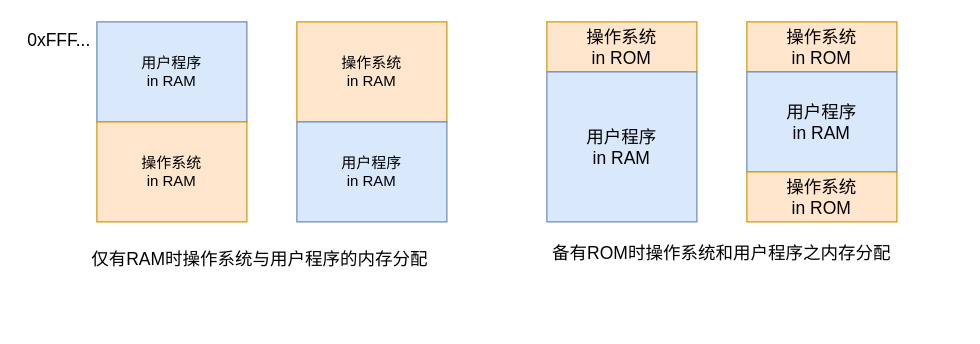
This is Draw.io/OperatingSystem.drawio from DepInjoy/geektime, a draw.io file, before an edit. Source tidied: cells renumbered, new cells numbered last; positions are measured from the earlier drawing's top-left corner, leaving out a move shared by most shapes. Both pictures are drawn from the tidied source at 125%, with x=0, y=0 at pixel (21, 21).
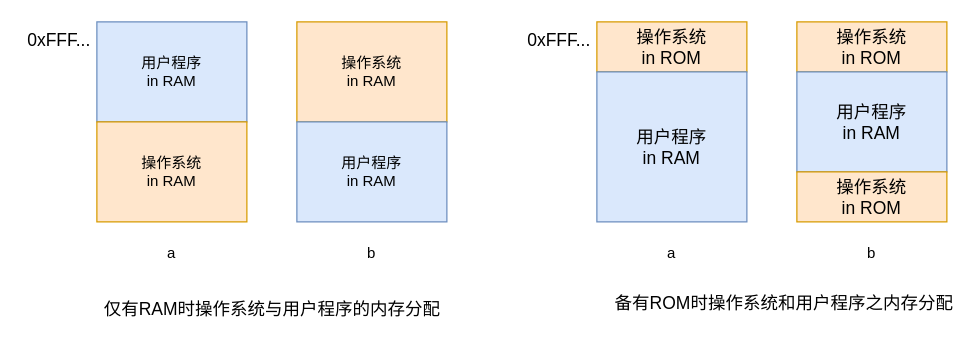
The same diagram, later.

Commit message:
更新内存管理

Change to the diagram source:
```diff
@@
 <mxGraphModel>
   <root>
     <mxCell id="0" />
     <mxCell id="1" parent="0" />
     <mxCell id="2" value="用户程序&lt;br&gt;in RAM" style="rounded=0;whiteSpace=wrap;html=1;fillColor=#dae8fc;strokeColor=#6c8ebf;" parent="1" vertex="1">
       <mxGeometry x="60" width="120" height="80" as="geometry" />
     </mxCell>
     <mxCell id="3" value="&lt;span style=&quot;&quot;&gt;操作系统&lt;/span&gt;&lt;br style=&quot;&quot;&gt;&lt;span style=&quot;&quot;&gt;in RAM&lt;/span&gt;" style="rounded=0;whiteSpace=wrap;html=1;fillColor=#ffe6cc;strokeColor=#d79b00;" parent="1" vertex="1">
       <mxGeometry x="60" y="80" width="120" height="80" as="geometry" />
     </mxCell>
     <mxCell id="4" value="操作系统&lt;br&gt;in RAM" style="rounded=0;whiteSpace=wrap;html=1;fillColor=#ffe6cc;strokeColor=#d79b00;" parent="1" vertex="1">
       <mxGeometry x="220" width="120" height="80" as="geometry" />
     </mxCell>
     <mxCell id="5" value="&lt;span style=&quot;&quot;&gt;用户程序&lt;/span&gt;&lt;br style=&quot;&quot;&gt;&lt;span style=&quot;&quot;&gt;in RAM&lt;/span&gt;" style="rounded=0;whiteSpace=wrap;html=1;fillColor=#dae8fc;strokeColor=#6c8ebf;" parent="1" vertex="1">
       <mxGeometry x="220" y="80" width="120" height="80" as="geometry" />
     </mxCell>
     <mxCell id="6" value="&lt;font style=&quot;font-size: 14px;&quot;&gt;仅有RAM时操作系统与用户程序的内存分配&lt;/font&gt;" style="text;html=1;align=center;verticalAlign=middle;strokeColor=none;fillColor=none;" parent="1" vertex="1">
-      <mxGeometry x="50" y="180" width="280" height="20" as="geometry" />
+      <mxGeometry x="60" y="220" width="280" height="20" as="geometry" />
     </mxCell>
     <mxCell id="7" value="0xFFF..." style="text;html=1;strokeColor=none;fillColor=none;align=center;verticalAlign=middle;whiteSpace=wrap;rounded=0;fontSize=14;" parent="1" vertex="1">
       <mxGeometry width="60" height="30" as="geometry" />
     </mxCell>
     <mxCell id="8" value="操作系统&lt;br&gt;in ROM" style="rounded=0;whiteSpace=wrap;html=1;fontSize=14;fillColor=#ffe6cc;strokeColor=#d79b00;" parent="1" vertex="1">
-      <mxGeometry x="420" width="120" height="40" as="geometry" />
+      <mxGeometry x="460" width="120" height="40" as="geometry" />
     </mxCell>
     <mxCell id="9" value="用户程序&lt;br&gt;in RAM" style="rounded=0;whiteSpace=wrap;html=1;fontSize=14;fillColor=#dae8fc;strokeColor=#6c8ebf;" parent="1" vertex="1">
-      <mxGeometry x="420" y="40" width="120" height="120" as="geometry" />
+      <mxGeometry x="460" y="40" width="120" height="120" as="geometry" />
     </mxCell>
     <mxCell id="10" value="操作系统&lt;br&gt;in ROM" style="rounded=0;whiteSpace=wrap;html=1;fontSize=14;fillColor=#ffe6cc;strokeColor=#d79b00;" parent="1" vertex="1">
-      <mxGeometry x="580" width="120" height="40" as="geometry" />
+      <mxGeometry x="620" width="120" height="40" as="geometry" />
     </mxCell>
     <mxCell id="11" value="用户程序&lt;br&gt;in RAM" style="rounded=0;whiteSpace=wrap;html=1;fontSize=14;fillColor=#dae8fc;strokeColor=#6c8ebf;" parent="1" vertex="1">
-      <mxGeometry x="580" y="40" width="120" height="80" as="geometry" />
+      <mxGeometry x="620" y="40" width="120" height="80" as="geometry" />
     </mxCell>
     <mxCell id="12" value="操作系统&lt;br&gt;in ROM" style="rounded=0;whiteSpace=wrap;html=1;fontSize=14;fillColor=#ffe6cc;strokeColor=#d79b00;" parent="1" vertex="1">
-      <mxGeometry x="580" y="120" width="120" height="40" as="geometry" />
+      <mxGeometry x="620" y="120" width="120" height="40" as="geometry" />
     </mxCell>
     <mxCell id="13" value="备有ROM时操作系统和用户程序之内存分配" style="text;html=1;strokeColor=none;fillColor=none;align=center;verticalAlign=middle;whiteSpace=wrap;rounded=0;fontSize=14;" parent="1" vertex="1">
-      <mxGeometry x="420" y="170" width="280" height="30" as="geometry" />
+      <mxGeometry x="470" y="210" width="280" height="30" as="geometry" />
     </mxCell>
+    <mxCell id="14" value="a" style="text;html=1;strokeColor=none;fillColor=none;align=center;verticalAlign=middle;whiteSpace=wrap;rounded=0;" parent="1" vertex="1">
+      <mxGeometry x="100" y="170" width="40" height="30" as="geometry" />
+    </mxCell>
+    <mxCell id="15" value="b" style="text;html=1;strokeColor=none;fillColor=none;align=center;verticalAlign=middle;whiteSpace=wrap;rounded=0;" parent="1" vertex="1">
+      <mxGeometry x="260" y="170" width="40" height="30" as="geometry" />
+    </mxCell>
+    <mxCell id="16" value="a" style="text;html=1;strokeColor=none;fillColor=none;align=center;verticalAlign=middle;whiteSpace=wrap;rounded=0;" parent="1" vertex="1">
+      <mxGeometry x="500" y="170" width="40" height="30" as="geometry" />
+    </mxCell>
+    <mxCell id="17" value="b" style="text;html=1;strokeColor=none;fillColor=none;align=center;verticalAlign=middle;whiteSpace=wrap;rounded=0;" parent="1" vertex="1">
+      <mxGeometry x="660" y="170" width="40" height="30" as="geometry" />
+    </mxCell>
+    <mxCell id="18" value="0xFFF..." style="text;html=1;strokeColor=none;fillColor=none;align=center;verticalAlign=middle;whiteSpace=wrap;rounded=0;fontSize=14;" parent="1" vertex="1">
+      <mxGeometry x="400" width="60" height="30" as="geometry" />
+    </mxCell>
   </root>
 </mxGraphModel>
```
